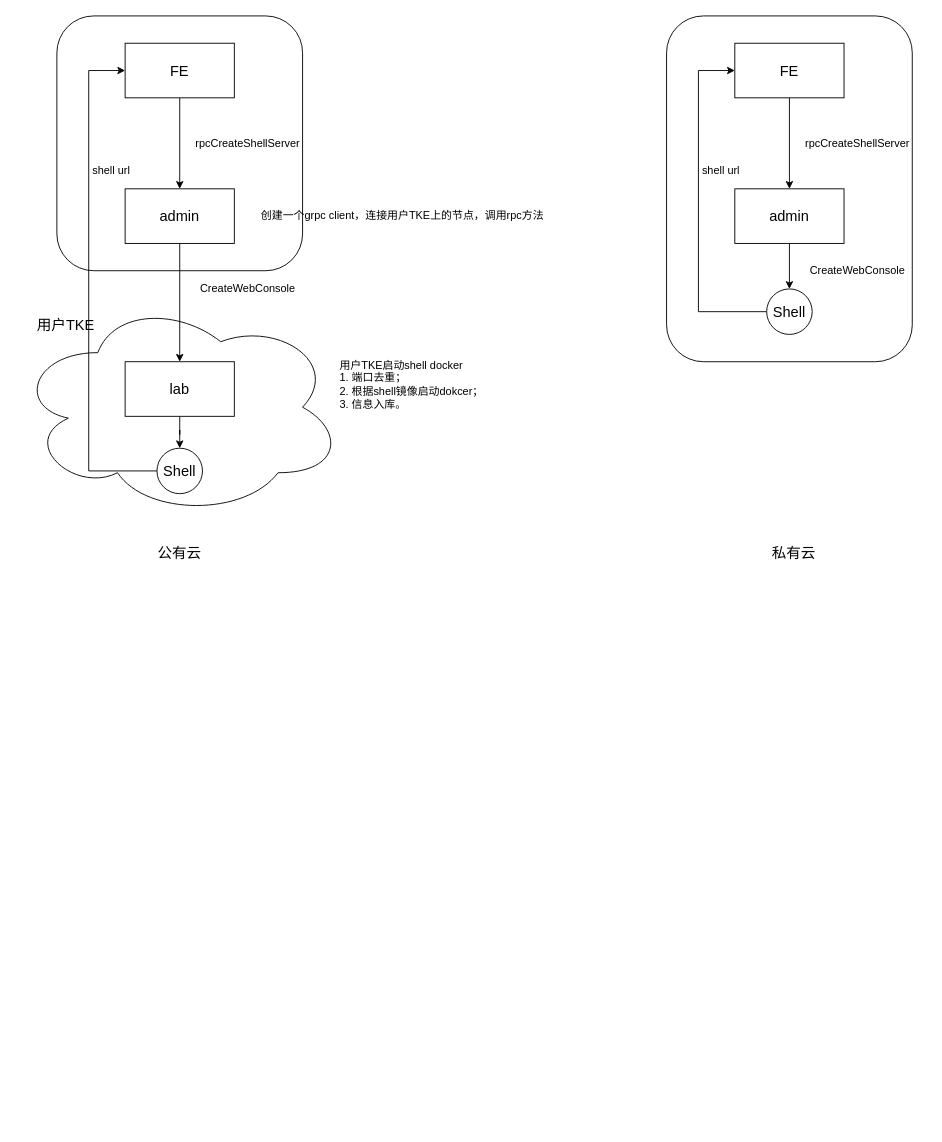
mattshhuang/draw-io keeps this draw.io diagram as page "shell技术架构" (6 of 6) of draft/TEFS/project.drawio. Above is the earlier version. Source tidied: cells renumbered, new cells numbered last; positions are measured from the earlier drawing's top-left corner, leaving out a move shared by most shapes. Both pictures are drawn from the tidied source at 91%, with x=0, y=0 at pixel (15, 15).
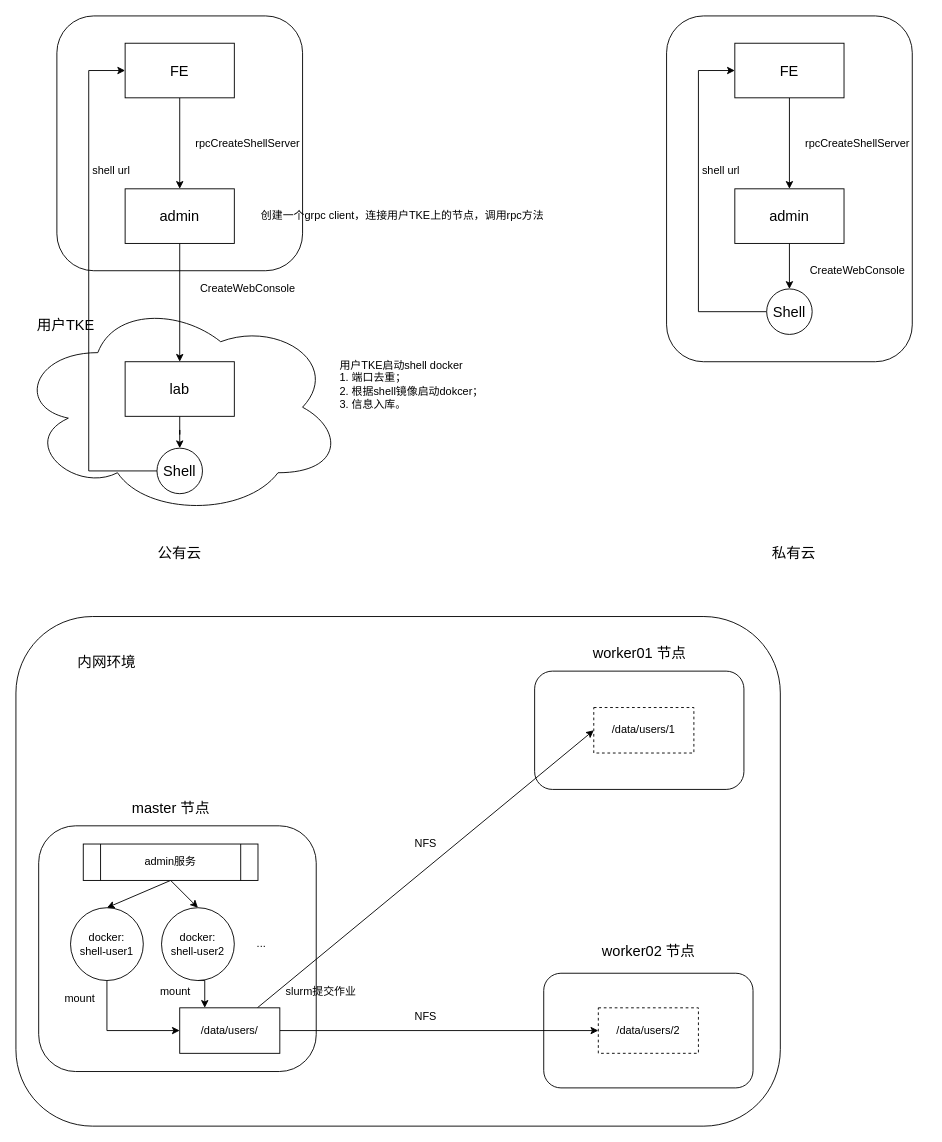
Above is the later version.

What changed in the source:
```diff
@@
+    <mxCell id="30" style="rounded=1;whiteSpace=wrap;html=1;" parent="1" vertex="1">
+      <mxGeometry y="660" width="840" height="560" as="geometry" />
+    </mxCell>
@@
+    <mxCell id="31" style="rounded=1;whiteSpace=wrap;html=1;" parent="1" vertex="1">
+      <mxGeometry x="25" y="890" width="305" height="270" as="geometry" />
+    </mxCell>
+    <mxCell id="32" value="&lt;font style=&quot;font-size: 16px&quot;&gt;master 节点&lt;/font&gt;" style="text;html=1;align=center;verticalAlign=middle;strokeColor=none;fillColor=none;" parent="1" vertex="1">
+      <mxGeometry x="120" y="860" width="100" height="20" as="geometry" />
+    </mxCell>
+    <mxCell id="33" style="rounded=1;whiteSpace=wrap;html=1;" parent="1" vertex="1">
+      <mxGeometry x="570" y="720" width="230" height="130" as="geometry" />
+    </mxCell>
+    <mxCell id="34" value="&lt;font style=&quot;font-size: 16px&quot;&gt;worker01 节点&lt;/font&gt;" style="text;html=1;align=center;verticalAlign=middle;strokeColor=none;fillColor=none;" parent="1" vertex="1">
+      <mxGeometry x="625" y="690" width="120" height="20" as="geometry" />
+    </mxCell>
+    <mxCell id="35" style="rounded=1;whiteSpace=wrap;html=1;" parent="1" vertex="1">
+      <mxGeometry x="580" y="1052" width="230" height="126" as="geometry" />
+    </mxCell>
+    <mxCell id="36" value="&lt;font style=&quot;font-size: 16px&quot;&gt;worker02 节点&lt;/font&gt;" style="text;html=1;align=center;verticalAlign=middle;strokeColor=none;fillColor=none;" parent="1" vertex="1">
+      <mxGeometry x="635" y="1018" width="120" height="20" as="geometry" />
+    </mxCell>
+    <mxCell id="37" style="edgeStyle=none;rounded=0;jettySize=auto;html=1;exitX=0.5;exitY=1;exitDx=0;exitDy=0;entryX=0.5;entryY=0;entryDx=0;entryDy=0;" parent="1" edge="1" source="39" target="41">
+      <mxGeometry relative="1" as="geometry" />
+    </mxCell>
+    <mxCell id="38" style="edgeStyle=none;rounded=0;jettySize=auto;html=1;exitX=0.5;exitY=1;exitDx=0;exitDy=0;entryX=0.5;entryY=0;entryDx=0;entryDy=0;" parent="1" edge="1" source="39" target="43">
+      <mxGeometry relative="1" as="geometry" />
+    </mxCell>
+    <mxCell id="39" value="admin服务" style="shape=process;whiteSpace=wrap;html=1;backgroundOutline=1;" parent="1" vertex="1">
+      <mxGeometry x="74" y="910" width="192" height="40" as="geometry" />
+    </mxCell>
+    <mxCell id="40" style="edgeStyle=orthogonalEdgeStyle;rounded=0;jettySize=auto;html=1;exitX=0.5;exitY=1;exitDx=0;exitDy=0;entryX=0;entryY=0.5;entryDx=0;entryDy=0;" parent="1" edge="1" source="41" target="47">
+      <mxGeometry relative="1" as="geometry" />
+    </mxCell>
+    <mxCell id="41" value="docker:&lt;br&gt;shell-user1" style="ellipse;whiteSpace=wrap;html=1;" parent="1" vertex="1">
+      <mxGeometry x="60" y="980" width="80" height="80" as="geometry" />
+    </mxCell>
+    <mxCell id="42" style="edgeStyle=orthogonalEdgeStyle;rounded=0;jettySize=auto;html=1;exitX=0.5;exitY=1;exitDx=0;exitDy=0;entryX=0.25;entryY=0;entryDx=0;entryDy=0;" parent="1" edge="1" source="43" target="47">
+      <mxGeometry relative="1" as="geometry" />
+    </mxCell>
+    <mxCell id="43" value="docker:&lt;br&gt;shell-user2" style="ellipse;whiteSpace=wrap;html=1;" parent="1" vertex="1">
+      <mxGeometry x="160" y="980" width="80" height="80" as="geometry" />
+    </mxCell>
+    <mxCell id="44" value="..." style="text;html=1;strokeColor=none;fillColor=none;align=center;verticalAlign=middle;whiteSpace=wrap;rounded=0;" parent="1" vertex="1">
+      <mxGeometry x="250" y="1010" width="40" height="20" as="geometry" />
+    </mxCell>
+    <mxCell id="45" style="rounded=0;jettySize=auto;html=1;entryX=0;entryY=0.5;entryDx=0;entryDy=0;" parent="1" edge="1" source="47" target="48">
+      <mxGeometry relative="1" as="geometry" />
+    </mxCell>
+    <mxCell id="46" style="edgeStyle=none;rounded=0;jettySize=auto;html=1;exitX=1;exitY=0.5;exitDx=0;exitDy=0;entryX=0;entryY=0.5;entryDx=0;entryDy=0;" parent="1" edge="1" source="47" target="49">
+      <mxGeometry relative="1" as="geometry" />
+    </mxCell>
+    <mxCell id="47" value="/data/users/" style="rounded=0;whiteSpace=wrap;html=1;" parent="1" vertex="1">
+      <mxGeometry x="180" y="1090" width="110" height="50" as="geometry" />
+    </mxCell>
+    <mxCell id="48" value="/data/users/1" style="rounded=0;whiteSpace=wrap;html=1;dashed=1;" parent="1" vertex="1">
+      <mxGeometry x="635" y="760" width="110" height="50" as="geometry" />
+    </mxCell>
+    <mxCell id="49" value="/data/users/2" style="rounded=0;whiteSpace=wrap;html=1;dashed=1;" parent="1" vertex="1">
+      <mxGeometry x="640" y="1090" width="110" height="50" as="geometry" />
+    </mxCell>
+    <mxCell id="50" value="slurm提交作业" style="text;html=1;align=center;verticalAlign=middle;strokeColor=none;fillColor=none;" parent="1" vertex="1">
+      <mxGeometry x="290" y="1062" width="90" height="20" as="geometry" />
+    </mxCell>
+    <mxCell id="51" value="NFS" style="text;html=1;align=center;verticalAlign=middle;strokeColor=none;fillColor=none;" parent="1" vertex="1">
+      <mxGeometry x="430" y="900" width="40" height="20" as="geometry" />
+    </mxCell>
+    <mxCell id="52" value="NFS" style="text;html=1;align=center;verticalAlign=middle;strokeColor=none;fillColor=none;" parent="1" vertex="1">
+      <mxGeometry x="430" y="1090" width="40" height="20" as="geometry" />
+    </mxCell>
+    <mxCell id="53" value="&lt;font style=&quot;font-size: 16px&quot;&gt;内网环境&lt;/font&gt;" style="text;html=1;strokeColor=none;fillColor=none;align=center;verticalAlign=middle;whiteSpace=wrap;rounded=0;" parent="1" vertex="1">
+      <mxGeometry x="50" y="700" width="100" height="20" as="geometry" />
+    </mxCell>
+    <mxCell id="54" value="mount" style="text;html=1;align=center;verticalAlign=middle;strokeColor=none;fillColor=none;" parent="1" vertex="1">
+      <mxGeometry x="45" y="1070" width="50" height="20" as="geometry" />
+    </mxCell>
+    <mxCell id="55" value="mount" style="text;html=1;align=center;verticalAlign=middle;strokeColor=none;fillColor=none;" parent="1" vertex="1">
+      <mxGeometry x="150" y="1062" width="50" height="20" as="geometry" />
+    </mxCell>
```
